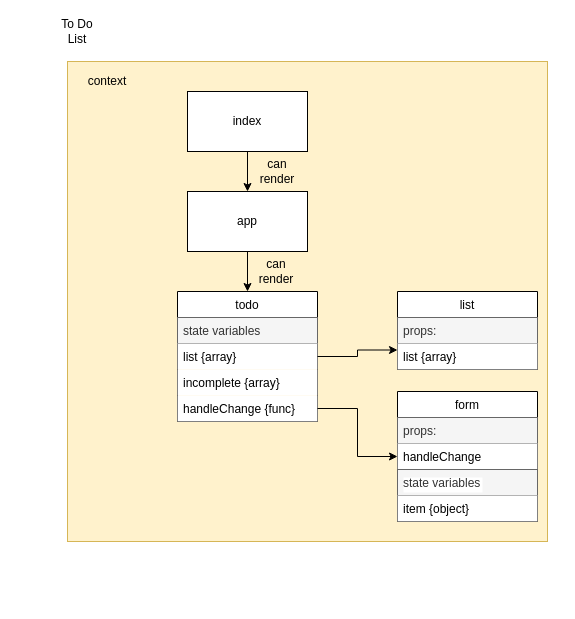
Before: todoList.drawio in CullenSharp/todo, a draw.io diagram. Source tidied: cells renumbered, new cells numbered last; positions are measured from the earlier drawing's top-left corner, leaving out a move shared by most shapes. Both pictures are drawn from the tidied source at 100%, with x=0, y=0 at pixel (57, 21).
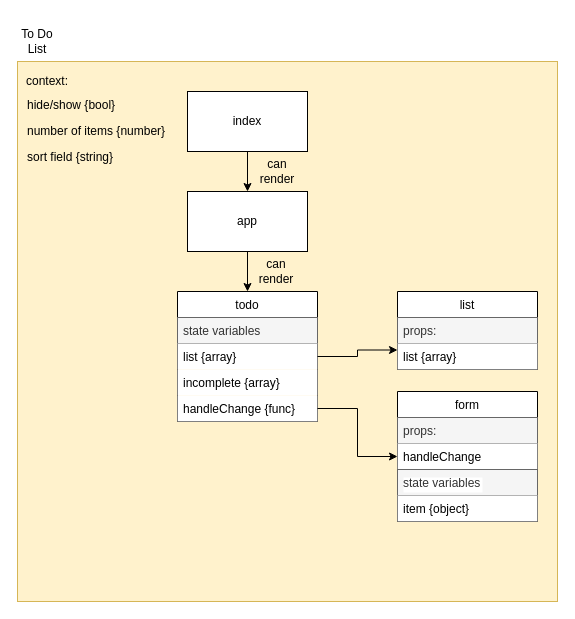
The same page after the edit.

The edit, as a diff of the source:
```diff
@@
     <mxCell id="2" value="To Do List" style="text;html=1;strokeColor=none;fillColor=none;align=center;verticalAlign=middle;whiteSpace=wrap;rounded=0;" parent="1" vertex="1">
-      <mxGeometry width="40" height="20" as="geometry" />
+      <mxGeometry x="-40" y="10" width="40" height="20" as="geometry" />
     </mxCell>
     <mxCell id="3" style="whiteSpace=wrap;html=1;fillColor=#fff2cc;strokeColor=#d6b656;" parent="1" vertex="1">
-      <mxGeometry x="10" y="40" width="480" height="480" as="geometry" />
+      <mxGeometry x="-40" y="40" width="540" height="540" as="geometry" />
     </mxCell>
-    <mxCell id="4" value="context" style="text;html=1;strokeColor=none;fillColor=none;align=center;verticalAlign=middle;whiteSpace=wrap;rounded=0;" parent="1" vertex="1">
-      <mxGeometry x="30" y="50" width="40" height="20" as="geometry" />
+    <mxCell id="4" value="context:" style="text;html=1;strokeColor=none;fillColor=none;align=center;verticalAlign=middle;whiteSpace=wrap;rounded=0;" parent="1" vertex="1">
+      <mxGeometry x="-30" y="50" width="40" height="20" as="geometry" />
     </mxCell>
@@
+    <mxCell id="26" value="hide/show {bool}" style="text;strokeColor=none;fillColor=none;align=left;verticalAlign=top;spacingLeft=4;spacingRight=4;overflow=hidden;labelBackgroundColor=none;" parent="1" vertex="1">
+      <mxGeometry x="-36" y="70" width="100" height="26" as="geometry" />
+    </mxCell>
+    <mxCell id="27" value="number of items {number}" style="text;strokeColor=none;fillColor=none;align=left;verticalAlign=top;spacingLeft=4;spacingRight=4;overflow=hidden;labelBackgroundColor=none;" parent="1" vertex="1">
+      <mxGeometry x="-36" y="96" width="190" height="26" as="geometry" />
+    </mxCell>
+    <mxCell id="28" value="sort field {string}" style="text;strokeColor=none;fillColor=none;align=left;verticalAlign=top;spacingLeft=4;spacingRight=4;overflow=hidden;labelBackgroundColor=none;" parent="1" vertex="1">
+      <mxGeometry x="-36" y="122" width="190" height="26" as="geometry" />
+    </mxCell>
```
